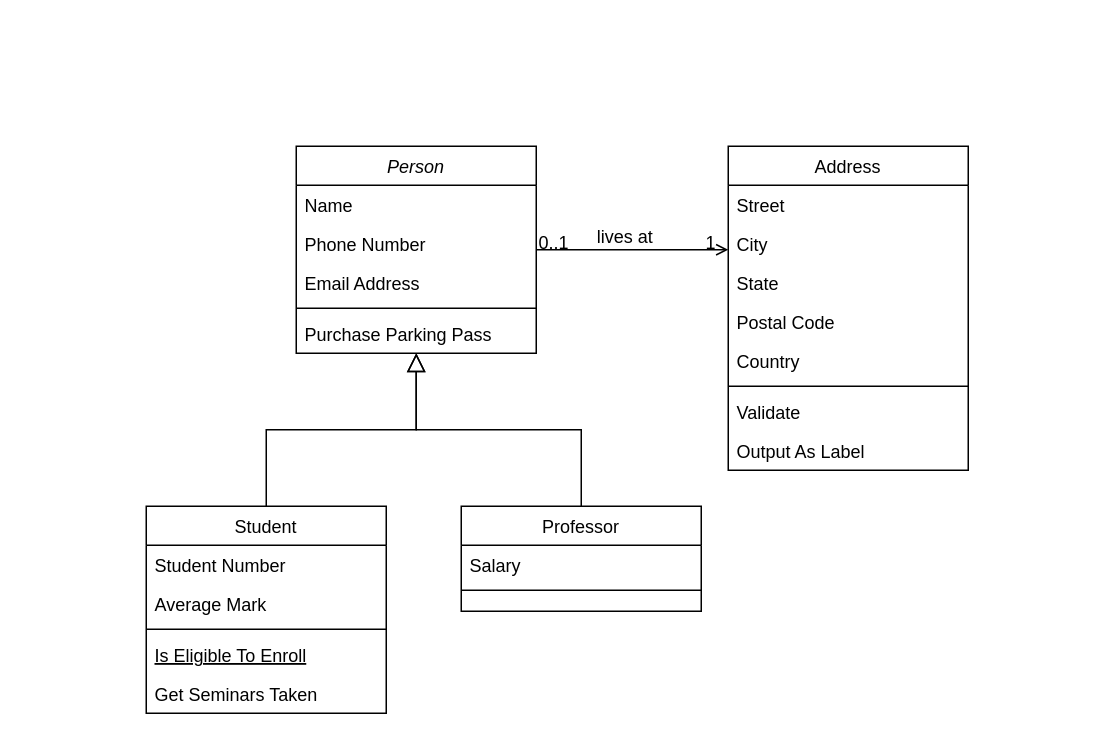
Earlier version of the draw.io diagram doafacil.drawio (borgesip/ipborges). Source tidied: cells renumbered, new cells numbered last; positions are measured from the earlier drawing's top-left corner, leaving out a move shared by most shapes. Both pictures are drawn from the tidied source at 150%, with x=0, y=0 at pixel (146, 146).
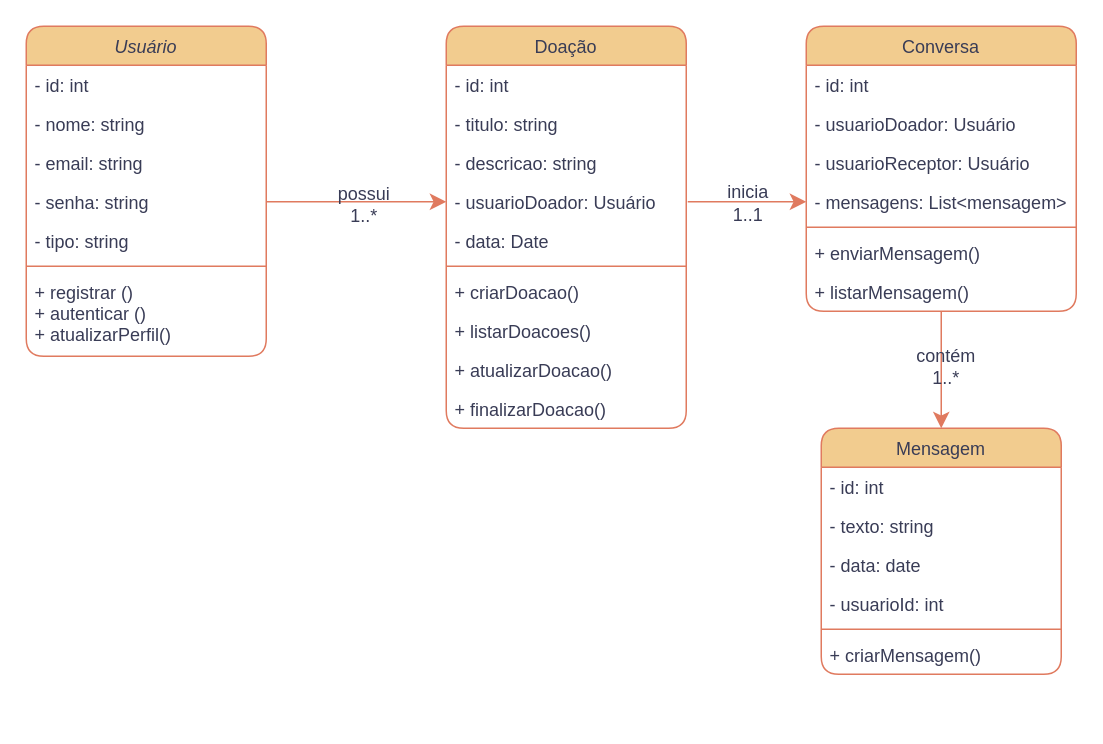
After the change.

Change to the diagram source:
```diff
@@
-    <mxCell id="2" value="Person" style="swimlane;fontStyle=2;align=center;verticalAlign=top;horizontal=1;startSize=26;rounded=0;shadow=0;strokeWidth=1;" parent="1" vertex="1">
-      <mxGeometry x="100" width="160" height="138" as="geometry" />
+    <mxCell id="2" value="Usuário" style="swimlane;fontStyle=2;align=center;verticalAlign=top;horizontal=1;startSize=26;rounded=1;shadow=0;strokeWidth=1;labelBackgroundColor=none;fillColor=#F2CC8F;strokeColor=#E07A5F;fontColor=#393C56;" parent="1" vertex="1">
+      <mxGeometry x="-80" y="-80" width="160" height="220" as="geometry" />
     </mxCell>
-    <mxCell id="3" value="Name" style="text;align=left;verticalAlign=top;spacingLeft=4;spacingRight=4;overflow=hidden;" parent="2" vertex="1">
+    <mxCell id="3" value="- id: int" style="text;align=left;verticalAlign=top;spacingLeft=4;spacingRight=4;overflow=hidden;labelBackgroundColor=none;fontColor=#393C56;rounded=1;" parent="2" vertex="1">
       <mxGeometry y="26" width="160" height="26" as="geometry" />
     </mxCell>
-    <mxCell id="4" value="Phone Number" style="text;align=left;verticalAlign=top;spacingLeft=4;spacingRight=4;overflow=hidden;rounded=0;shadow=0;html=0;" parent="2" vertex="1">
+    <mxCell id="4" value="- nome: string" style="text;align=left;verticalAlign=top;spacingLeft=4;spacingRight=4;overflow=hidden;rounded=1;shadow=0;html=0;labelBackgroundColor=none;fontColor=#393C56;" parent="2" vertex="1">
       <mxGeometry y="52" width="160" height="26" as="geometry" />
     </mxCell>
-    <mxCell id="5" value="Email Address" style="text;align=left;verticalAlign=top;spacingLeft=4;spacingRight=4;overflow=hidden;rounded=0;shadow=0;html=0;" parent="2" vertex="1">
+    <mxCell id="5" value="- email: string&#10;" style="text;align=left;verticalAlign=top;spacingLeft=4;spacingRight=4;overflow=hidden;rounded=1;shadow=0;html=0;labelBackgroundColor=none;fontColor=#393C56;" parent="2" vertex="1">
       <mxGeometry y="78" width="160" height="26" as="geometry" />
     </mxCell>
+    <mxCell id="32" value="- senha: string" style="text;align=left;verticalAlign=top;spacingLeft=4;spacingRight=4;overflow=hidden;points=[[0,0.5],[1,0.5]];portConstraint=eastwest;rounded=1;shadow=0;html=0;labelBackgroundColor=none;fontColor=#393C56;" parent="2" vertex="1">
+      <mxGeometry y="104" width="160" height="26" as="geometry" />
+    </mxCell>
+    <mxCell id="33" value="- tipo: string" style="text;align=left;verticalAlign=top;spacingLeft=4;spacingRight=4;overflow=hidden;rounded=1;shadow=0;html=0;labelBackgroundColor=none;fontColor=#393C56;" parent="2" vertex="1">
+      <mxGeometry y="130" width="160" height="26" as="geometry" />
+    </mxCell>
-    <mxCell id="6" style="line;html=1;strokeWidth=1;align=left;verticalAlign=middle;spacingTop=-1;spacingLeft=3;spacingRight=3;labelPosition=right;" parent="2" vertex="1">
-      <mxGeometry y="104" width="160" height="8" as="geometry" />
+    <mxCell id="6" style="line;html=1;strokeWidth=1;align=left;verticalAlign=middle;spacingTop=-1;spacingLeft=3;spacingRight=3;labelPosition=right;labelBackgroundColor=none;fillColor=#F2CC8F;strokeColor=#E07A5F;fontColor=#393C56;rounded=1;" parent="2" vertex="1">
+      <mxGeometry y="156" width="160" height="8" as="geometry" />
     </mxCell>
-    <mxCell id="7" value="Purchase Parking Pass" style="text;align=left;verticalAlign=top;spacingLeft=4;spacingRight=4;overflow=hidden;" parent="2" vertex="1">
-      <mxGeometry y="112" width="160" height="26" as="geometry" />
+    <mxCell id="7" value="+ registrar ()&#10;+ autenticar ()&#10;+ atualizarPerfil()" style="text;align=left;verticalAlign=top;spacingLeft=4;spacingRight=4;overflow=hidden;labelBackgroundColor=none;fontColor=#393C56;rounded=1;" parent="2" vertex="1">
+      <mxGeometry y="164" width="160" height="48" as="geometry" />
     </mxCell>
-    <mxCell id="8" value="Student" style="swimlane;fontStyle=0;align=center;verticalAlign=top;horizontal=1;startSize=26;rounded=0;shadow=0;strokeWidth=1;" parent="1" vertex="1">
-      <mxGeometry y="240" width="160" height="138" as="geometry" />
+    <mxCell id="8" value="Conversa" style="swimlane;fontStyle=0;align=center;verticalAlign=top;horizontal=1;startSize=26;rounded=1;shadow=0;strokeWidth=1;labelBackgroundColor=none;fillColor=#F2CC8F;strokeColor=#E07A5F;fontColor=#393C56;" parent="1" vertex="1">
+      <mxGeometry x="440" y="-80" width="180" height="190" as="geometry" />
     </mxCell>
-    <mxCell id="9" value="Student Number" style="text;align=left;verticalAlign=top;spacingLeft=4;spacingRight=4;overflow=hidden;" parent="8" vertex="1">
-      <mxGeometry y="26" width="160" height="26" as="geometry" />
+    <mxCell id="9" value="- id: int" style="text;align=left;verticalAlign=top;spacingLeft=4;spacingRight=4;overflow=hidden;labelBackgroundColor=none;fontColor=#393C56;rounded=1;" parent="8" vertex="1">
+      <mxGeometry y="26" width="180" height="26" as="geometry" />
     </mxCell>
-    <mxCell id="10" value="Average Mark" style="text;align=left;verticalAlign=top;spacingLeft=4;spacingRight=4;overflow=hidden;rounded=0;shadow=0;html=0;" parent="8" vertex="1">
-      <mxGeometry y="52" width="160" height="26" as="geometry" />
+    <mxCell id="10" value="- usuarioDoador: Usuário" style="text;align=left;verticalAlign=top;spacingLeft=4;spacingRight=4;overflow=hidden;rounded=1;shadow=0;html=0;labelBackgroundColor=none;fontColor=#393C56;" parent="8" vertex="1">
+      <mxGeometry y="52" width="180" height="26" as="geometry" />
     </mxCell>
+    <mxCell id="34" value="- usuarioReceptor: Usuário" style="text;align=left;verticalAlign=top;spacingLeft=4;spacingRight=4;overflow=hidden;rounded=1;shadow=0;html=0;labelBackgroundColor=none;fontColor=#393C56;" parent="8" vertex="1">
+      <mxGeometry y="78" width="180" height="26" as="geometry" />
+    </mxCell>
+    <mxCell id="35" value="- mensagens: List&lt;mensagem&gt;" style="text;align=left;verticalAlign=top;spacingLeft=4;spacingRight=4;overflow=hidden;points=[[0,0.5],[1,0.5]];portConstraint=eastwest;rounded=1;shadow=0;html=0;labelBackgroundColor=none;fontColor=#393C56;" parent="8" vertex="1">
+      <mxGeometry y="104" width="180" height="26" as="geometry" />
+    </mxCell>
-    <mxCell id="11" style="line;html=1;strokeWidth=1;align=left;verticalAlign=middle;spacingTop=-1;spacingLeft=3;spacingRight=3;labelPosition=right;" parent="8" vertex="1">
-      <mxGeometry y="78" width="160" height="8" as="geometry" />
+    <mxCell id="11" style="line;html=1;strokeWidth=1;align=left;verticalAlign=middle;spacingTop=-1;spacingLeft=3;spacingRight=3;labelPosition=right;labelBackgroundColor=none;fillColor=#F2CC8F;strokeColor=#E07A5F;fontColor=#393C56;rounded=1;" parent="8" vertex="1">
+      <mxGeometry y="130" width="180" height="8" as="geometry" />
     </mxCell>
-    <mxCell id="12" value="Is Eligible To Enroll" style="text;align=left;verticalAlign=top;spacingLeft=4;spacingRight=4;overflow=hidden;fontStyle=4;" parent="8" vertex="1">
-      <mxGeometry y="86" width="160" height="26" as="geometry" />
-    </mxCell>
-    <mxCell id="13" value="Get Seminars Taken" style="text;align=left;verticalAlign=top;spacingLeft=4;spacingRight=4;overflow=hidden;" parent="8" vertex="1">
-      <mxGeometry y="112" width="160" height="26" as="geometry" />
+    <mxCell id="13" value="+ enviarMensagem()" style="text;align=left;verticalAlign=top;spacingLeft=4;spacingRight=4;overflow=hidden;labelBackgroundColor=none;fontColor=#393C56;rounded=1;" parent="8" vertex="1">
+      <mxGeometry y="138" width="180" height="26" as="geometry" />
     </mxCell>
-    <mxCell id="14" style="endArrow=block;endSize=10;endFill=0;shadow=0;strokeWidth=1;rounded=0;curved=0;edgeStyle=elbowEdgeStyle;elbow=vertical;" parent="1" edge="1" source="8" target="2">
-      <mxGeometry relative="1" as="geometry" />
-    </mxCell>
+    <mxCell id="36" value="+ listarMensagem()" style="text;align=left;verticalAlign=top;spacingLeft=4;spacingRight=4;overflow=hidden;labelBackgroundColor=none;fontColor=#393C56;rounded=1;" parent="8" vertex="1">
+      <mxGeometry y="164" width="180" height="26" as="geometry" />
+    </mxCell>
-    <mxCell id="15" value="Professor" style="swimlane;fontStyle=0;align=center;verticalAlign=top;horizontal=1;startSize=26;rounded=0;shadow=0;strokeWidth=1;" parent="1" vertex="1">
-      <mxGeometry x="210" y="240" width="160" height="70" as="geometry" />
+    <mxCell id="15" value="Mensagem" style="swimlane;fontStyle=0;align=center;verticalAlign=top;horizontal=1;startSize=26;rounded=1;shadow=0;strokeWidth=1;labelBackgroundColor=none;fillColor=#F2CC8F;strokeColor=#E07A5F;fontColor=#393C56;" parent="1" vertex="1">
+      <mxGeometry x="450" y="188" width="160" height="164" as="geometry" />
     </mxCell>
-    <mxCell id="16" value="Salary" style="text;align=left;verticalAlign=top;spacingLeft=4;spacingRight=4;overflow=hidden;" parent="15" vertex="1">
+    <mxCell id="16" value="- id: int" style="text;align=left;verticalAlign=top;spacingLeft=4;spacingRight=4;overflow=hidden;labelBackgroundColor=none;fontColor=#393C56;rounded=1;" parent="15" vertex="1">
       <mxGeometry y="26" width="160" height="26" as="geometry" />
     </mxCell>
+    <mxCell id="37" value="- texto: string" style="text;align=left;verticalAlign=top;spacingLeft=4;spacingRight=4;overflow=hidden;labelBackgroundColor=none;fontColor=#393C56;rounded=1;" parent="15" vertex="1">
+      <mxGeometry y="52" width="160" height="26" as="geometry" />
+    </mxCell>
+    <mxCell id="38" value="- data: date" style="text;align=left;verticalAlign=top;spacingLeft=4;spacingRight=4;overflow=hidden;labelBackgroundColor=none;fontColor=#393C56;rounded=1;" parent="15" vertex="1">
+      <mxGeometry y="78" width="160" height="26" as="geometry" />
+    </mxCell>
+    <mxCell id="39" value="- usuarioId: int" style="text;align=left;verticalAlign=top;spacingLeft=4;spacingRight=4;overflow=hidden;labelBackgroundColor=none;fontColor=#393C56;rounded=1;" parent="15" vertex="1">
+      <mxGeometry y="104" width="160" height="26" as="geometry" />
+    </mxCell>
-    <mxCell id="17" style="line;html=1;strokeWidth=1;align=left;verticalAlign=middle;spacingTop=-1;spacingLeft=3;spacingRight=3;labelPosition=right;" parent="15" vertex="1">
-      <mxGeometry y="52" width="160" height="8" as="geometry" />
+    <mxCell id="17" style="line;html=1;strokeWidth=1;align=left;verticalAlign=middle;spacingTop=-1;spacingLeft=3;spacingRight=3;labelPosition=right;labelBackgroundColor=none;fillColor=#F2CC8F;strokeColor=#E07A5F;fontColor=#393C56;rounded=1;" parent="15" vertex="1">
+      <mxGeometry y="130" width="160" height="8" as="geometry" />
     </mxCell>
-    <mxCell id="18" style="endArrow=block;endSize=10;endFill=0;shadow=0;strokeWidth=1;rounded=0;curved=0;edgeStyle=elbowEdgeStyle;elbow=vertical;" parent="1" edge="1" source="15" target="2">
-      <mxGeometry relative="1" as="geometry" />
-    </mxCell>
+    <mxCell id="40" value="+ criarMensagem()" style="text;align=left;verticalAlign=top;spacingLeft=4;spacingRight=4;overflow=hidden;labelBackgroundColor=none;fontColor=#393C56;rounded=1;" parent="15" vertex="1">
+      <mxGeometry y="138" width="160" height="26" as="geometry" />
+    </mxCell>
-    <mxCell id="19" value="Address" style="swimlane;fontStyle=0;align=center;verticalAlign=top;horizontal=1;startSize=26;rounded=0;shadow=0;strokeWidth=1;" parent="1" vertex="1">
-      <mxGeometry x="388" width="160" height="216" as="geometry" />
+    <mxCell id="19" value="Doação" style="swimlane;fontStyle=0;align=center;verticalAlign=top;horizontal=1;startSize=26;rounded=1;shadow=0;strokeWidth=1;labelBackgroundColor=none;fillColor=#F2CC8F;strokeColor=#E07A5F;fontColor=#393C56;" parent="1" vertex="1">
+      <mxGeometry x="200" y="-80" width="160" height="268" as="geometry" />
     </mxCell>
-    <mxCell id="20" value="Street" style="text;align=left;verticalAlign=top;spacingLeft=4;spacingRight=4;overflow=hidden;" parent="19" vertex="1">
+    <mxCell id="20" value="- id: int" style="text;align=left;verticalAlign=top;spacingLeft=4;spacingRight=4;overflow=hidden;labelBackgroundColor=none;fontColor=#393C56;rounded=1;" parent="19" vertex="1">
       <mxGeometry y="26" width="160" height="26" as="geometry" />
     </mxCell>
-    <mxCell id="21" value="City" style="text;align=left;verticalAlign=top;spacingLeft=4;spacingRight=4;overflow=hidden;rounded=0;shadow=0;html=0;" parent="19" vertex="1">
+    <mxCell id="21" value="- titulo: string" style="text;align=left;verticalAlign=top;spacingLeft=4;spacingRight=4;overflow=hidden;rounded=1;shadow=0;html=0;labelBackgroundColor=none;fontColor=#393C56;" parent="19" vertex="1">
       <mxGeometry y="52" width="160" height="26" as="geometry" />
     </mxCell>
-    <mxCell id="22" value="State" style="text;align=left;verticalAlign=top;spacingLeft=4;spacingRight=4;overflow=hidden;rounded=0;shadow=0;html=0;" parent="19" vertex="1">
+    <mxCell id="22" value="- descricao: string" style="text;align=left;verticalAlign=top;spacingLeft=4;spacingRight=4;overflow=hidden;rounded=1;shadow=0;html=0;labelBackgroundColor=none;fontColor=#393C56;" parent="19" vertex="1">
       <mxGeometry y="78" width="160" height="26" as="geometry" />
     </mxCell>
-    <mxCell id="23" value="Postal Code" style="text;align=left;verticalAlign=top;spacingLeft=4;spacingRight=4;overflow=hidden;points=[[0,0.5],[1,0.5]];portConstraint=eastwest;rounded=0;shadow=0;html=0;" parent="19" vertex="1">
+    <mxCell id="23" value="- usuarioDoador: Usuário" style="text;align=left;verticalAlign=top;spacingLeft=4;spacingRight=4;overflow=hidden;points=[[0,0.5],[1,0.5]];portConstraint=eastwest;rounded=1;shadow=0;html=0;labelBackgroundColor=none;fontColor=#393C56;" parent="19" vertex="1">
       <mxGeometry y="104" width="160" height="26" as="geometry" />
     </mxCell>
-    <mxCell id="24" value="Country" style="text;align=left;verticalAlign=top;spacingLeft=4;spacingRight=4;overflow=hidden;rounded=0;shadow=0;html=0;" parent="19" vertex="1">
+    <mxCell id="24" value="- data: Date" style="text;align=left;verticalAlign=top;spacingLeft=4;spacingRight=4;overflow=hidden;rounded=1;shadow=0;html=0;labelBackgroundColor=none;fontColor=#393C56;" parent="19" vertex="1">
       <mxGeometry y="130" width="160" height="26" as="geometry" />
     </mxCell>
-    <mxCell id="25" style="line;html=1;strokeWidth=1;align=left;verticalAlign=middle;spacingTop=-1;spacingLeft=3;spacingRight=3;labelPosition=right;" parent="19" vertex="1">
+    <mxCell id="25" style="line;html=1;strokeWidth=1;align=left;verticalAlign=middle;spacingTop=-1;spacingLeft=3;spacingRight=3;labelPosition=right;labelBackgroundColor=none;fillColor=#F2CC8F;strokeColor=#E07A5F;fontColor=#393C56;rounded=1;" parent="19" vertex="1">
       <mxGeometry y="156" width="160" height="8" as="geometry" />
     </mxCell>
-    <mxCell id="26" value="Validate" style="text;align=left;verticalAlign=top;spacingLeft=4;spacingRight=4;overflow=hidden;" parent="19" vertex="1">
+    <mxCell id="26" value="+ criarDoacao()" style="text;align=left;verticalAlign=top;spacingLeft=4;spacingRight=4;overflow=hidden;labelBackgroundColor=none;fontColor=#393C56;rounded=1;" parent="19" vertex="1">
       <mxGeometry y="164" width="160" height="26" as="geometry" />
     </mxCell>
-    <mxCell id="27" value="Output As Label" style="text;align=left;verticalAlign=top;spacingLeft=4;spacingRight=4;overflow=hidden;" parent="19" vertex="1">
+    <mxCell id="27" value="+ listarDoacoes()" style="text;align=left;verticalAlign=top;spacingLeft=4;spacingRight=4;overflow=hidden;labelBackgroundColor=none;fontColor=#393C56;rounded=1;" parent="19" vertex="1">
       <mxGeometry y="190" width="160" height="26" as="geometry" />
     </mxCell>
-    <mxCell id="28" style="endArrow=open;shadow=0;strokeWidth=1;rounded=0;curved=0;endFill=1;edgeStyle=elbowEdgeStyle;elbow=vertical;" parent="1" edge="1" source="2" target="19">
-      <mxGeometry x="0.5" y="41" relative="1" as="geometry">
-        <mxPoint x="-40" y="32" as="offset" />
-      </mxGeometry>
-    </mxCell>
-    <mxCell id="29" value="0..1" style="align=left;verticalAlign=bottom;labelBackgroundColor=none;fontSize=12;" parent="28" vertex="1">
-      <mxGeometry x="-1" relative="1" as="geometry">
-        <mxPoint y="4" as="offset" />
-      </mxGeometry>
-    </mxCell>
-    <mxCell id="30" value="1" style="align=right;verticalAlign=bottom;labelBackgroundColor=none;fontSize=12;" parent="28" vertex="1">
-      <mxGeometry x="1" relative="1" as="geometry">
-        <mxPoint x="-7" y="4" as="offset" />
-      </mxGeometry>
-    </mxCell>
-    <mxCell id="31" value="lives at" style="text;html=1;align=center;verticalAlign=middle;labelBackgroundColor=none;rounded=0;shadow=0;strokeWidth=1;fontSize=12;" parent="28" vertex="1">
-      <mxGeometry x="0.5" y="49" relative="1" as="geometry">
-        <mxPoint x="-38" y="40" as="offset" />
-      </mxGeometry>
-    </mxCell>
+    <mxCell id="41" value="+ atualizarDoacao()" style="text;align=left;verticalAlign=top;spacingLeft=4;spacingRight=4;overflow=hidden;labelBackgroundColor=none;fontColor=#393C56;rounded=1;" parent="19" vertex="1">
+      <mxGeometry y="216" width="160" height="26" as="geometry" />
+    </mxCell>
+    <mxCell id="42" value="+ finalizarDoacao()" style="text;align=left;verticalAlign=top;spacingLeft=4;spacingRight=4;overflow=hidden;labelBackgroundColor=none;fontColor=#393C56;rounded=1;" parent="19" vertex="1">
+      <mxGeometry y="242" width="160" height="26" as="geometry" />
+    </mxCell>
+    <mxCell id="43" style="endArrow=classic;html=1;rounded=1;fontSize=12;startSize=8;endSize=8;curved=1;entryX=0;entryY=0.5;entryDx=0;entryDy=0;labelBackgroundColor=none;strokeColor=#E07A5F;fontColor=default;" parent="1" edge="1" target="35">
+      <mxGeometry relative="1" as="geometry">
+        <mxPoint x="361" y="37" as="sourcePoint" />
+      </mxGeometry>
+    </mxCell>
+    <mxCell id="44" value="inicia&lt;div&gt;1..1&lt;/div&gt;" style="edgeLabel;html=1;align=center;verticalAlign=middle;fontSize=12;labelBackgroundColor=none;fontColor=#393C56;rounded=1;" parent="43" vertex="1">
+      <mxGeometry x="0.06" y="-1" relative="1" as="geometry">
+        <mxPoint x="-3" y="-1" as="offset" />
+      </mxGeometry>
+    </mxCell>
+    <mxCell id="45" style="endArrow=classic;html=1;rounded=1;fontSize=12;startSize=8;endSize=8;curved=1;entryX=0.5;entryY=0;entryDx=0;entryDy=0;exitX=0.5;exitY=1;exitDx=0;exitDy=0;labelBackgroundColor=none;strokeColor=#E07A5F;fontColor=default;" parent="1" edge="1" source="8" target="15">
+      <mxGeometry relative="1" as="geometry" />
+    </mxCell>
+    <mxCell id="46" value="contém&lt;div&gt;1..*&lt;/div&gt;" style="edgeLabel;html=1;align=center;verticalAlign=middle;fontSize=12;labelBackgroundColor=none;fontColor=#393C56;rounded=1;" parent="45" vertex="1">
+      <mxGeometry x="-0.08" y="2" relative="1" as="geometry" />
+    </mxCell>
+    <mxCell id="47" style="endArrow=classic;html=1;rounded=1;fontSize=12;startSize=8;endSize=8;curved=1;entryX=0;entryY=0.5;entryDx=0;entryDy=0;exitX=1;exitY=0.5;exitDx=0;exitDy=0;labelBackgroundColor=none;strokeColor=#E07A5F;fontColor=default;" parent="1" edge="1" source="32" target="23">
+      <mxGeometry relative="1" as="geometry" />
+    </mxCell>
+    <mxCell id="48" value="possui&lt;div&gt;1..*&lt;/div&gt;" style="edgeLabel;html=1;align=center;verticalAlign=middle;fontSize=12;labelBackgroundColor=none;fontColor=#393C56;rounded=1;" parent="47" vertex="1">
+      <mxGeometry x="0.06" y="-1" relative="1" as="geometry" />
+    </mxCell>
```
